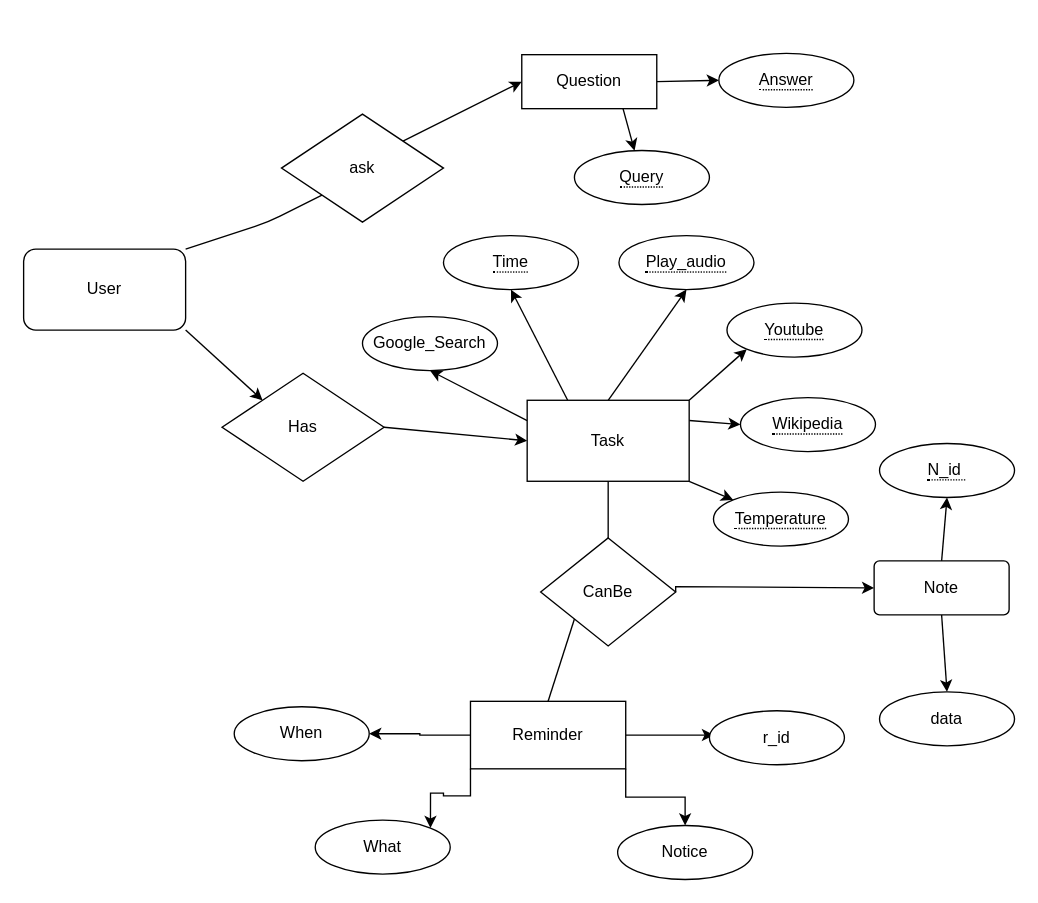
Above: Documentation/ER_Diagram.drawio in yogesh2104/miniProject (draw.io), before the change. Source tidied: cells renumbered, new cells numbered last; positions are measured from the earlier drawing's top-left corner, leaving out a move shared by most shapes. Both pictures are drawn from the tidied source at 135%, with x=0, y=0 at pixel (23, 32).
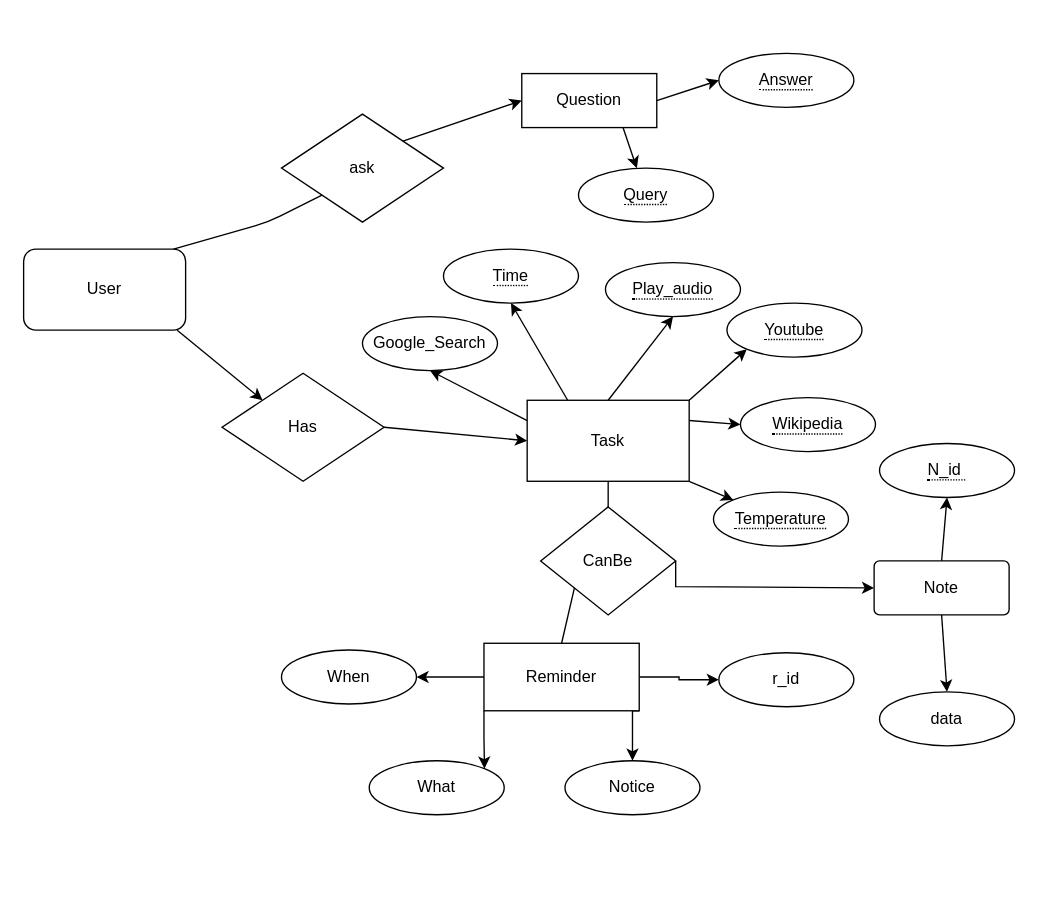
Above is the later version.

Unchanged cells that the change refers to:
```xml
<mxCell id="3" value="User" style="rounded=1;whiteSpace=wrap;html=1;" parent="1" vertex="1">
  <mxGeometry y="160" width="120" height="60" as="geometry" />
</mxCell>
<mxCell id="5" value="Has" style="rhombus;whiteSpace=wrap;html=1;" parent="1" vertex="1">
  <mxGeometry x="147" y="252" width="120" height="80" as="geometry" />
</mxCell>
<mxCell id="7" value="ask" style="rhombus;whiteSpace=wrap;html=1;" parent="1" vertex="1">
  <mxGeometry x="191" y="60" width="120" height="80" as="geometry" />
</mxCell>
```

The edit, as a diff of the source:
```diff
@@
-    <mxCell id="8" style="endArrow=none;html=1;exitX=1;exitY=0;exitDx=0;exitDy=0;entryX=0;entryY=1;entryDx=0;entryDy=0;" parent="1" edge="1" source="3" target="7">
+    <mxCell id="8" style="endArrow=none;html=1;entryX=0;entryY=1;entryDx=0;entryDy=0;" parent="1" edge="1" target="7">
       <mxGeometry relative="1" as="geometry">
+        <mxPoint x="111" y="160" as="sourcePoint" />
         <Array as="points">
           <mxPoint x="181" y="140" />
         </Array>
       </mxGeometry>
     </mxCell>
@@
     <mxCell id="17" value="CanBe" style="rhombus;whiteSpace=wrap;html=1;" parent="1" vertex="1">
-      <mxGeometry x="383" y="374" width="100" height="80" as="geometry" />
+      <mxGeometry x="383" y="351" width="100" height="80" as="geometry" />
     </mxCell>
@@
-    <mxCell id="22" style="edgeStyle=orthogonalEdgeStyle;rounded=0;jettySize=auto;html=1;exitX=1;exitY=0.5;exitDx=0;exitDy=0;" parent="1" edge="1" source="23">
-      <mxGeometry relative="1" as="geometry">
-        <mxPoint x="511.4" y="520" as="targetPoint" />
-      </mxGeometry>
+    <mxCell id="22" style="edgeStyle=orthogonalEdgeStyle;rounded=0;jettySize=auto;html=1;exitX=1;exitY=0.5;exitDx=0;exitDy=0;entryX=0;entryY=0.5;entryDx=0;entryDy=0;" parent="1" edge="1" source="23" target="25">
+      <mxGeometry relative="1" as="geometry" />
     </mxCell>
     <mxCell id="23" value="Reminder" style="rounded=0;whiteSpace=wrap;html=1;" parent="1" vertex="1">
-      <mxGeometry x="331" y="495" width="115" height="50" as="geometry" />
+      <mxGeometry x="341" y="452" width="115" height="50" as="geometry" />
     </mxCell>
@@
     <mxCell id="25" value="r_id" style="ellipse;whiteSpace=wrap;html=1;align=center;" parent="1" vertex="1">
-      <mxGeometry x="508" y="502" width="100" height="40" as="geometry" />
+      <mxGeometry x="515" y="459" width="100" height="40" as="geometry" />
     </mxCell>
     <mxCell id="26" value="When" style="ellipse;whiteSpace=wrap;html=1;align=center;" parent="1" vertex="1">
-      <mxGeometry x="156" y="499" width="100" height="40" as="geometry" />
+      <mxGeometry x="191" y="457" width="100" height="40" as="geometry" />
     </mxCell>
     <mxCell id="27" value="What" style="ellipse;whiteSpace=wrap;html=1;align=center;" parent="1" vertex="1">
-      <mxGeometry x="216" y="583" width="100" height="40" as="geometry" />
+      <mxGeometry x="256" y="539" width="100" height="40" as="geometry" />
     </mxCell>
     <mxCell id="28" value="Notice" style="ellipse;whiteSpace=wrap;html=1;align=center;" parent="1" vertex="1">
-      <mxGeometry x="440" y="587" width="100" height="40" as="geometry" />
+      <mxGeometry x="401" y="539" width="100" height="40" as="geometry" />
     </mxCell>
@@
     <mxCell id="38" value="&lt;span style=&quot;border-bottom: 1px dotted&quot;&gt;Play_audio&lt;/span&gt;" style="ellipse;whiteSpace=wrap;html=1;align=center;" parent="1" vertex="1">
-      <mxGeometry x="441" y="150" width="100" height="40" as="geometry" />
+      <mxGeometry x="431" y="170" width="100" height="40" as="geometry" />
     </mxCell>
     <mxCell id="39" value="&lt;span style=&quot;border-bottom: 1px dotted&quot;&gt;Time&lt;/span&gt;" style="ellipse;whiteSpace=wrap;html=1;align=center;" parent="1" vertex="1">
-      <mxGeometry x="311" y="150" width="100" height="40" as="geometry" />
+      <mxGeometry x="311" y="160" width="100" height="40" as="geometry" />
     </mxCell>
@@
     <mxCell id="42" value="Question" style="whiteSpace=wrap;html=1;align=center;" parent="1" vertex="1">
-      <mxGeometry x="369" y="16" width="100" height="40" as="geometry" />
+      <mxGeometry x="369" y="30" width="100" height="40" as="geometry" />
     </mxCell>
@@
     <mxCell id="44" value="&lt;span style=&quot;border-bottom: 1px dotted&quot;&gt;Query&lt;/span&gt;" style="ellipse;whiteSpace=wrap;html=1;align=center;" parent="1" vertex="1">
-      <mxGeometry x="408" y="87" width="100" height="40" as="geometry" />
+      <mxGeometry x="411" y="100" width="100" height="40" as="geometry" />
     </mxCell>
-    <mxCell id="45" style="endArrow=classic;html=1;exitX=1;exitY=1;exitDx=0;exitDy=0;entryX=0;entryY=0;entryDx=0;entryDy=0;" parent="1" edge="1" source="3" target="5">
+    <mxCell id="45" style="endArrow=classic;html=1;exitX=0.948;exitY=1.002;exitDx=0;exitDy=0;entryX=0;entryY=0;entryDx=0;entryDy=0;exitPerimeter=0;" parent="1" edge="1" source="3" target="5">
       <mxGeometry relative="1" as="geometry" />
     </mxCell>
```
